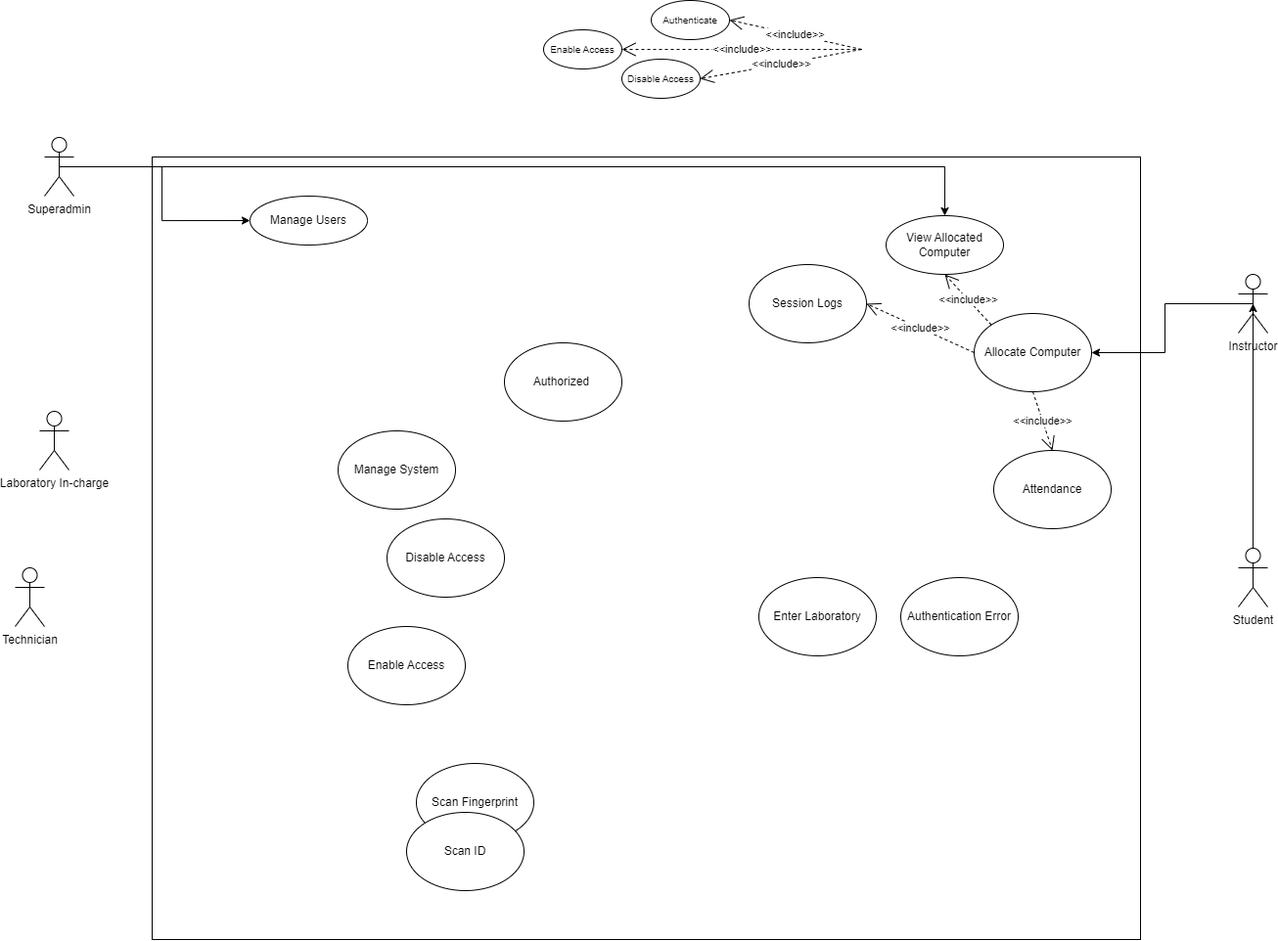
Above: Use_Case_Diagram_Marimo.drawio.png in kaisunoo/Acads (draw.io), before the change. Source tidied: cells renumbered, new cells last; positions are measured from the earlier drawing's top-left corner, leaving out a move shared by most shapes.
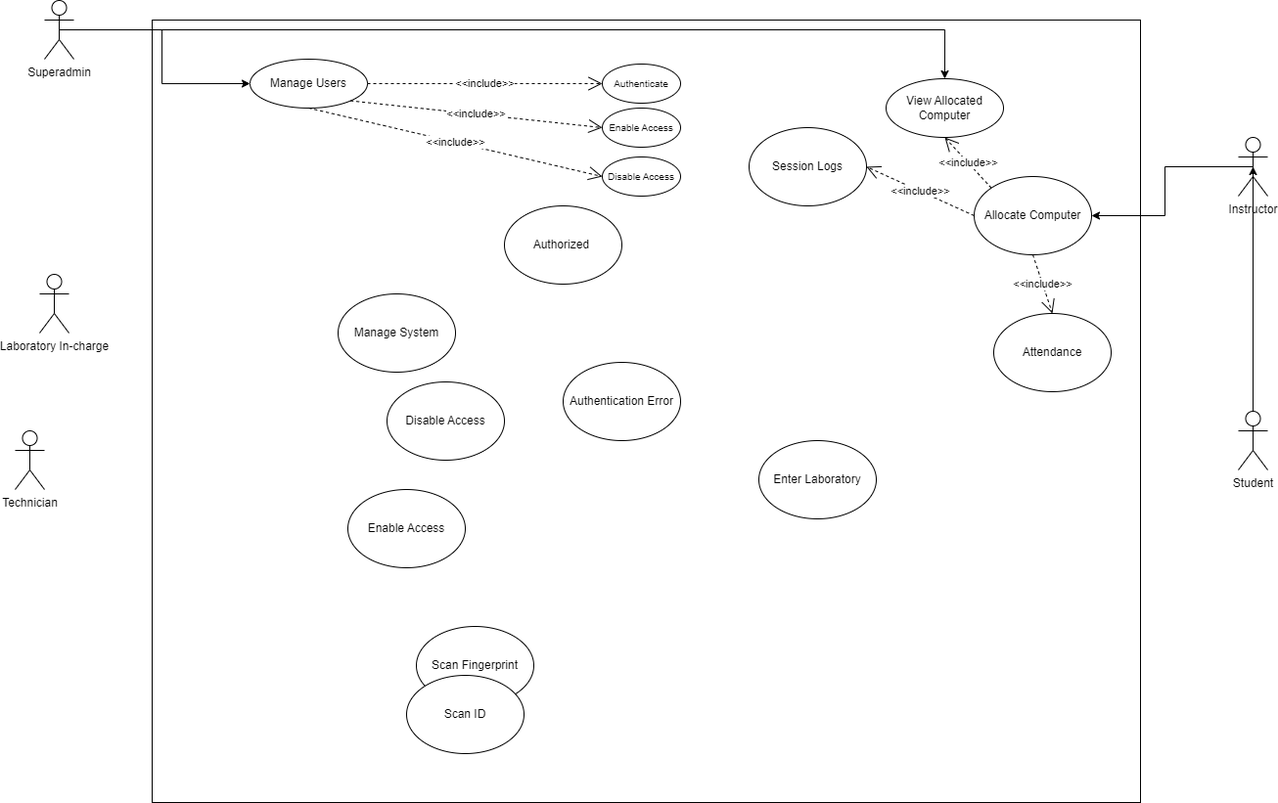
The same file after the commit.

Diff of the diagram source:
```diff
@@ -51,7 +51,7 @@
       <mxGeometry relative="1" as="geometry" />
     </mxCell>
     <mxCell id="18" value="Authentication Error" style="ellipse;whiteSpace=wrap;html=1;" parent="1" vertex="1">
-      <mxGeometry x="905" y="590" width="120" height="80" as="geometry" />
+      <mxGeometry x="560" y="510" width="120" height="80" as="geometry" />
     </mxCell>
     <mxCell id="19" value="Scan Fingerprint" style="ellipse;whiteSpace=wrap;html=1;" parent="1" vertex="1">
       <mxGeometry x="410" y="780" width="120" height="80" as="geometry" />
@@ -60,27 +60,23 @@
       <mxGeometry x="400" y="830" width="120" height="80" as="geometry" />
     </mxCell>
     <mxCell id="21" value="&lt;font style=&quot;font-size: 10px;&quot;&gt;Enable Access&lt;/font&gt;" style="ellipse;whiteSpace=wrap;html=1;" parent="1" vertex="1">
-      <mxGeometry x="540" y="30" width="80" height="40" as="geometry" />
+      <mxGeometry x="600" y="250" width="80" height="40" as="geometry" />
     </mxCell>
     <mxCell id="22" value="&lt;font style=&quot;font-size: 10px;&quot;&gt;Disable Access&lt;/font&gt;" style="ellipse;whiteSpace=wrap;html=1;" parent="1" vertex="1">
-      <mxGeometry x="620" y="60" width="80" height="40" as="geometry" />
+      <mxGeometry x="600" y="300" width="80" height="40" as="geometry" />
     </mxCell>
-    <mxCell id="23" value="&amp;lt;&amp;lt;include&amp;gt;&amp;gt;" style="endArrow=open;endSize=12;dashed=1;html=1;rounded=0;exitX=0;exitY=0.5;exitDx=0;exitDy=0;entryX=1;entryY=0.5;entryDx=0;entryDy=0;" parent="1" edge="1" target="21">
-      <mxGeometry relative="1" as="geometry">
-        <mxPoint x="865" y="50" as="sourcePoint" />
-      </mxGeometry>
+    <mxCell id="23" value="&amp;lt;&amp;lt;include&amp;gt;&amp;gt;" style="endArrow=open;endSize=12;dashed=1;html=1;rounded=0;exitX=1;exitY=1;exitDx=0;exitDy=0;entryX=0;entryY=0.5;entryDx=0;entryDy=0;" parent="1" edge="1" source="10" target="21">
+      <mxGeometry relative="1" as="geometry" />
     </mxCell>
-    <mxCell id="24" value="&amp;lt;&amp;lt;include&amp;gt;&amp;gt;" style="endArrow=open;endSize=12;dashed=1;html=1;rounded=0;exitX=0;exitY=0.5;exitDx=0;exitDy=0;entryX=1;entryY=0.5;entryDx=0;entryDy=0;" parent="1" edge="1" target="22">
-      <mxGeometry relative="1" as="geometry">
-        <mxPoint x="865" y="50" as="sourcePoint" />
-      </mxGeometry>
+    <mxCell id="24" value="&amp;lt;&amp;lt;include&amp;gt;&amp;gt;" style="endArrow=open;endSize=12;dashed=1;html=1;rounded=0;exitX=0.5;exitY=1;exitDx=0;exitDy=0;entryX=0;entryY=0.5;entryDx=0;entryDy=0;" parent="1" edge="1" source="10" target="22">
+      <mxGeometry relative="1" as="geometry" />
     </mxCell>
     <mxCell id="25" value="&lt;font style=&quot;font-size: 10px;&quot;&gt;Authenticate&lt;/font&gt;" style="ellipse;whiteSpace=wrap;html=1;" parent="1" vertex="1">
-      <mxGeometry x="650" width="80" height="40" as="geometry" />
+      <mxGeometry x="600" y="205" width="80" height="40" as="geometry" />
     </mxCell>
-    <mxCell id="26" value="&amp;lt;&amp;lt;include&amp;gt;&amp;gt;" style="endArrow=open;endSize=12;dashed=1;html=1;rounded=0;exitX=0;exitY=0.5;exitDx=0;exitDy=0;entryX=1;entryY=0.5;entryDx=0;entryDy=0;" parent="1" edge="1" target="25">
+    <mxCell id="26" value="&amp;lt;&amp;lt;include&amp;gt;&amp;gt;" style="endArrow=open;endSize=12;dashed=1;html=1;rounded=0;" parent="1" edge="1" source="10">
       <mxGeometry relative="1" as="geometry">
-        <mxPoint x="865" y="50" as="sourcePoint" />
+        <mxPoint x="600" y="225" as="targetPoint" />
       </mxGeometry>
     </mxCell>
     <mxCell id="27" value="Attendance" style="ellipse;whiteSpace=wrap;html=1;" parent="1" vertex="1">
```
